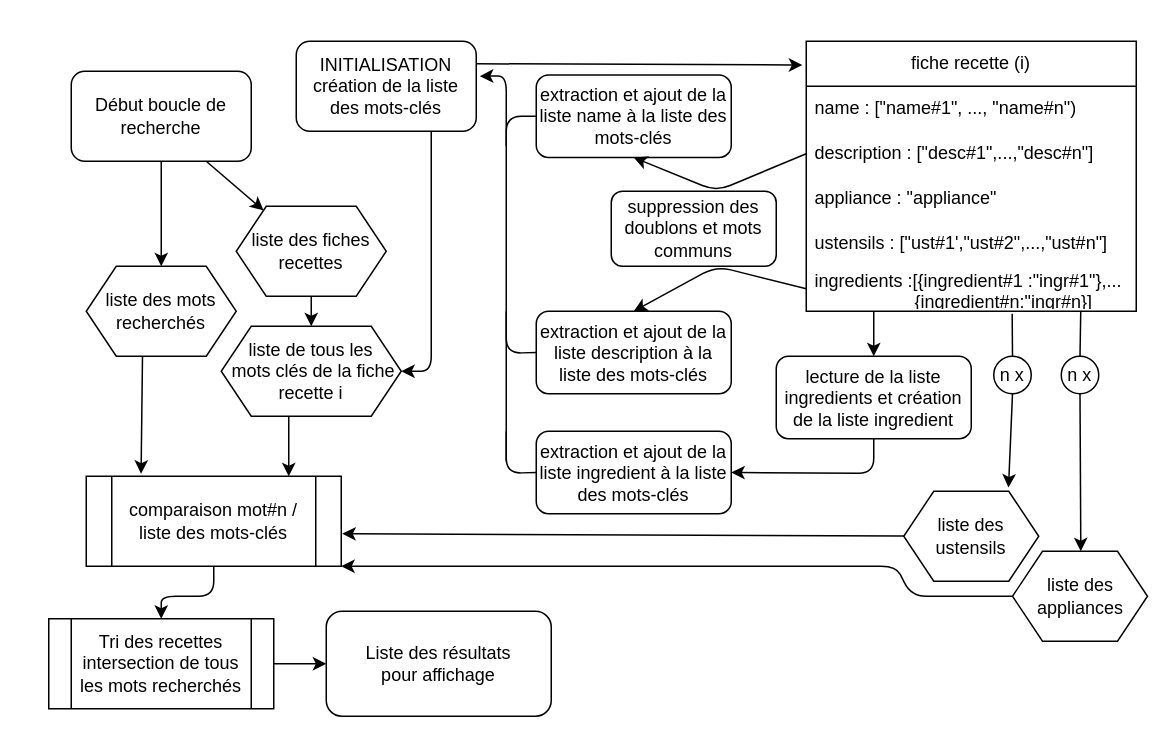
Before: bench_tests/algorithme_tri2.drawio in TangiLC/P7_PetitsPlats, a draw.io diagram. Source tidied: cells renumbered, new cells numbered last; positions are measured from the earlier drawing's top-left corner, leaving out a move shared by most shapes. Both pictures are drawn from the tidied source at 150%, with x=0, y=0 at pixel (48, 40).
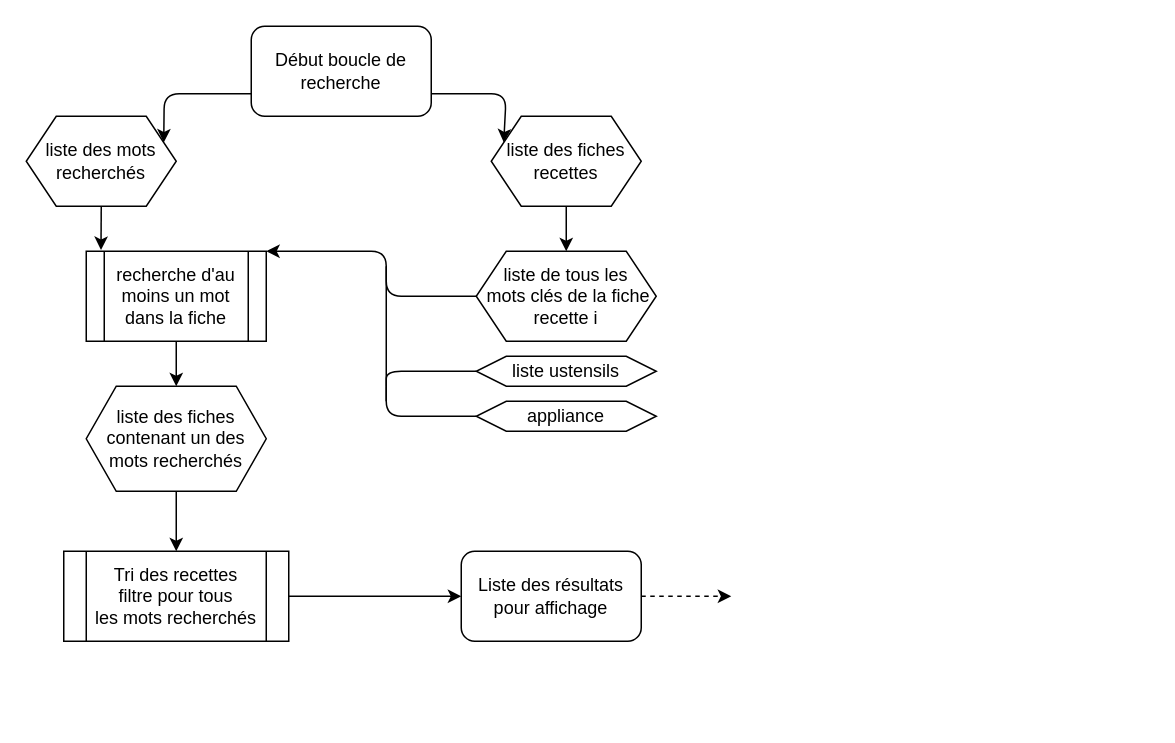
After the change.

Change to the diagram source:
```diff
@@
-    <mxCell id="2" style="edgeStyle=none;html=1;exitX=0.5;exitY=1;exitDx=0;exitDy=0;" parent="1" edge="1" source="3" target="16">
-      <mxGeometry relative="1" as="geometry" />
-    </mxCell>
+    <mxCell id="41" style="edgeStyle=none;html=1;entryX=1;entryY=0.25;entryDx=0;entryDy=0;exitX=0;exitY=0.75;exitDx=0;exitDy=0;" parent="1" edge="1" source="3" target="16">
+      <mxGeometry relative="1" as="geometry">
+        <Array as="points">
+          <mxPoint x="77" y="35" />
+        </Array>
+      </mxGeometry>
+    </mxCell>
+    <mxCell id="23" style="edgeStyle=none;html=1;exitX=1;exitY=0.75;exitDx=0;exitDy=0;entryX=0;entryY=0.25;entryDx=0;entryDy=0;" parent="1" edge="1" source="3" target="22">
+      <mxGeometry relative="1" as="geometry">
+        <Array as="points">
+          <mxPoint x="305" y="35" />
+        </Array>
+      </mxGeometry>
+    </mxCell>
     <mxCell id="3" value="Début boucle de recherche" style="rounded=1;whiteSpace=wrap;html=1;" parent="1" vertex="1">
-      <mxGeometry x="15" y="20" width="120" height="60" as="geometry" />
+      <mxGeometry x="135" y="-10" width="120" height="60" as="geometry" />
     </mxCell>
+    <mxCell id="44" style="edgeStyle=none;html=1;exitX=1;exitY=0.5;exitDx=0;exitDy=0;dashed=1;" parent="1" edge="1" source="4">
+      <mxGeometry relative="1" as="geometry">
+        <mxPoint x="455" y="370" as="targetPoint" />
+      </mxGeometry>
+    </mxCell>
     <mxCell id="4" value="Liste des résultats&lt;br&gt;pour affichage" style="rounded=1;whiteSpace=wrap;html=1;" parent="1" vertex="1">
-      <mxGeometry x="185" y="380" width="150" height="70" as="geometry" />
+      <mxGeometry x="275" y="340" width="120" height="60" as="geometry" />
     </mxCell>
-    <mxCell id="5" value="fiche recette (i)" style="swimlane;fontStyle=0;horizontal=1;startSize=30;whiteSpace=wrap;html=1;" parent="1" vertex="1">
-      <mxGeometry x="505" width="220" height="180" as="geometry" />
-    </mxCell>
-    <mxCell id="6" value="name : [&quot;name#1&quot;, ..., &quot;name#n&quot;)" style="text;strokeColor=none;fillColor=none;align=left;verticalAlign=middle;spacingLeft=4;spacingRight=4;overflow=hidden;whiteSpace=wrap;html=1;" parent="5" vertex="1">
-      <mxGeometry y="30" width="220" height="30" as="geometry" />
-    </mxCell>
-    <mxCell id="7" value="description : [&quot;desc#1&quot;,...,&quot;desc#n&quot;]" style="text;strokeColor=none;fillColor=none;align=left;verticalAlign=middle;spacingLeft=4;spacingRight=4;overflow=hidden;points=[[0,0.5],[1,0.5]];portConstraint=eastwest;whiteSpace=wrap;html=1;" parent="5" vertex="1">
-      <mxGeometry y="60" width="220" height="30" as="geometry" />
-    </mxCell>
-    <mxCell id="8" value="appliance : &quot;appliance&quot;" style="text;strokeColor=none;fillColor=none;align=left;verticalAlign=middle;spacingLeft=4;spacingRight=4;overflow=hidden;whiteSpace=wrap;html=1;" parent="5" vertex="1">
-      <mxGeometry y="90" width="220" height="30" as="geometry" />
-    </mxCell>
-    <mxCell id="9" value="ustensils : [&quot;ust#1',&quot;ust#2&quot;,...,&quot;ust#n&quot;]" style="text;strokeColor=none;fillColor=none;align=left;verticalAlign=middle;spacingLeft=4;spacingRight=4;overflow=hidden;whiteSpace=wrap;html=1;" parent="5" vertex="1">
-      <mxGeometry y="120" width="220" height="30" as="geometry" />
-    </mxCell>
-    <mxCell id="10" value="ingredients :[{ingredient#1 :&quot;ingr#1&quot;},...&lt;br&gt;&amp;nbsp; &amp;nbsp; &amp;nbsp; &amp;nbsp; &amp;nbsp; &amp;nbsp; &amp;nbsp; &amp;nbsp; &amp;nbsp; &amp;nbsp; {ingredient#n:&quot;ingr#n}]&lt;br&gt;" style="text;strokeColor=none;fillColor=none;align=left;verticalAlign=middle;spacingLeft=4;spacingRight=4;overflow=hidden;points=[[0,0.5],[1,0.5]];portConstraint=eastwest;whiteSpace=wrap;html=1;" parent="5" vertex="1">
-      <mxGeometry y="150" width="220" height="30" as="geometry" />
-    </mxCell>
-    <mxCell id="11" value="extraction et ajout de la liste name à la liste des mots-clés" style="rounded=1;whiteSpace=wrap;html=1;" parent="1" vertex="1">
-      <mxGeometry x="325" y="22.5" width="130" height="55" as="geometry" />
-    </mxCell>
-    <mxCell id="12" style="endArrow=none;html=1;entryX=0;entryY=0.5;entryDx=0;entryDy=0;" parent="1" edge="1" target="11">
-      <mxGeometry relative="1" as="geometry">
-        <mxPoint x="305" y="280" as="sourcePoint" />
-        <Array as="points">
-          <mxPoint x="305" y="270" />
-          <mxPoint x="305" y="180" />
-          <mxPoint x="305" y="50" />
-        </Array>
-      </mxGeometry>
-    </mxCell>
-    <mxCell id="13" style="endArrow=none;html=1;entryX=0;entryY=0.5;entryDx=0;entryDy=0;" parent="1" edge="1" target="30">
-      <mxGeometry relative="1" as="geometry">
-        <mxPoint x="305" y="180" as="sourcePoint" />
-        <Array as="points">
-          <mxPoint x="305" y="208" />
-        </Array>
-      </mxGeometry>
-    </mxCell>
     <mxCell id="14" value="liste de tous les&lt;br&gt;&amp;nbsp;mots clés de la fiche recette i" style="shape=hexagon;perimeter=hexagonPerimeter2;whiteSpace=wrap;html=1;fixedSize=1;" parent="1" vertex="1">
-      <mxGeometry x="115" y="190" width="120" height="60" as="geometry" />
+      <mxGeometry x="285" y="140" width="120" height="60" as="geometry" />
     </mxCell>
-    <mxCell id="15" style="edgeStyle=none;html=1;exitX=0.375;exitY=1;exitDx=0;exitDy=0;entryX=0.215;entryY=-0.028;entryDx=0;entryDy=0;entryPerimeter=0;" parent="1" edge="1" source="16" target="18">
+    <mxCell id="15" style="edgeStyle=none;html=1;exitX=0.5;exitY=1;exitDx=0;exitDy=0;entryX=0.082;entryY=-0.014;entryDx=0;entryDy=0;entryPerimeter=0;" parent="1" edge="1" source="16" target="18">
       <mxGeometry relative="1" as="geometry" />
     </mxCell>
     <mxCell id="16" value="liste des mots recherchés" style="shape=hexagon;perimeter=hexagonPerimeter2;whiteSpace=wrap;html=1;fixedSize=1;" parent="1" vertex="1">
-      <mxGeometry x="25" y="150" width="100" height="60" as="geometry" />
+      <mxGeometry x="-15" y="50" width="100" height="60" as="geometry" />
     </mxCell>
-    <mxCell id="17" style="edgeStyle=none;html=1;exitX=0.5;exitY=1;exitDx=0;exitDy=0;entryX=0.5;entryY=0;entryDx=0;entryDy=0;" parent="1" edge="1" source="18" target="20">
-      <mxGeometry relative="1" as="geometry">
-        <Array as="points">
-          <mxPoint x="110" y="370" />
-          <mxPoint x="75" y="370" />
-        </Array>
-      </mxGeometry>
-    </mxCell>
+    <mxCell id="46" style="edgeStyle=none;html=1;" parent="1" edge="1" source="18" target="45">
+      <mxGeometry relative="1" as="geometry" />
+    </mxCell>
-    <mxCell id="18" value="comparaison mot#n / liste des mots-clés" style="shape=process;whiteSpace=wrap;html=1;backgroundOutline=1;" parent="1" vertex="1">
-      <mxGeometry x="25" y="290" width="170" height="60" as="geometry" />
+    <mxCell id="18" value="recherche d'au moins un mot dans la fiche" style="shape=process;whiteSpace=wrap;html=1;backgroundOutline=1;" parent="1" vertex="1">
+      <mxGeometry x="25" y="140" width="120" height="60" as="geometry" />
     </mxCell>
+    <mxCell id="48" style="endArrow=classic;html=1;exitX=0;exitY=0.5;exitDx=0;exitDy=0;entryX=1;entryY=0;entryDx=0;entryDy=0;" parent="1" edge="1" source="14" target="18">
+      <mxGeometry relative="1" as="geometry">
+        <Array as="points">
+          <mxPoint x="225" y="170" />
+          <mxPoint x="225" y="140" />
+        </Array>
+      </mxGeometry>
+    </mxCell>
+    <mxCell id="34" style="edgeStyle=none;html=1;exitX=0.5;exitY=1;exitDx=0;exitDy=0;entryX=0.5;entryY=0;entryDx=0;entryDy=0;" parent="1" edge="1" source="45" target="20">
+      <mxGeometry relative="1" as="geometry" />
+    </mxCell>
@@
-    <mxCell id="20" value="Tri des recettes&lt;br&gt;intersection de tous les mots recherchés" style="shape=process;whiteSpace=wrap;html=1;backgroundOutline=1;" parent="1" vertex="1">
-      <mxGeometry y="385" width="150" height="60" as="geometry" />
+    <mxCell id="20" value="Tri des recettes&lt;br&gt;filtre pour tous &lt;br&gt;les mots recherchés" style="shape=process;whiteSpace=wrap;html=1;backgroundOutline=1;" parent="1" vertex="1">
+      <mxGeometry x="10" y="340" width="150" height="60" as="geometry" />
     </mxCell>
-    <mxCell id="21" style="edgeStyle=none;html=1;exitX=0.5;exitY=1;exitDx=0;exitDy=0;entryX=0.5;entryY=0;entryDx=0;entryDy=0;" parent="1" edge="1" source="22" target="14">
-      <mxGeometry relative="1" as="geometry" />
-    </mxCell>
+    <mxCell id="42" style="edgeStyle=none;html=1;" parent="1" edge="1" source="22">
+      <mxGeometry relative="1" as="geometry">
+        <mxPoint x="345" y="140" as="targetPoint" />
+      </mxGeometry>
+    </mxCell>
     <mxCell id="22" value="liste des fiches recettes" style="shape=hexagon;perimeter=hexagonPerimeter2;whiteSpace=wrap;html=1;fixedSize=1;" parent="1" vertex="1">
-      <mxGeometry x="125" y="110" width="100" height="60" as="geometry" />
+      <mxGeometry x="295" y="50" width="100" height="60" as="geometry" />
     </mxCell>
-    <mxCell id="23" style="endArrow=classic;html=1;exitX=0.75;exitY=1;exitDx=0;exitDy=0;" parent="1" edge="1" source="3" target="22">
-      <mxGeometry relative="1" as="geometry" />
-    </mxCell>
-    <mxCell id="24" style="endArrow=none;html=1;exitX=0;exitY=0.5;exitDx=0;exitDy=0;" parent="1" edge="1" source="35">
-      <mxGeometry relative="1" as="geometry">
-        <mxPoint x="305" y="260" as="targetPoint" />
-        <Array as="points">
-          <mxPoint x="305" y="288" />
-        </Array>
-      </mxGeometry>
-    </mxCell>
-    <mxCell id="25" style="edgeStyle=none;html=1;exitX=0.75;exitY=1;exitDx=0;exitDy=0;entryX=1;entryY=0.5;entryDx=0;entryDy=0;" parent="1" edge="1" source="27" target="14">
-      <mxGeometry relative="1" as="geometry">
-        <Array as="points">
-          <mxPoint x="255" y="220" />
-        </Array>
-      </mxGeometry>
+    <mxCell id="25" value="liste ustensils" style="shape=hexagon;perimeter=hexagonPerimeter2;whiteSpace=wrap;html=1;fixedSize=1;" parent="1" vertex="1">
+      <mxGeometry x="285" y="210" width="120" height="20" as="geometry" />
     </mxCell>
-    <mxCell id="26" style="edgeStyle=none;html=1;exitX=1;exitY=0.25;exitDx=0;exitDy=0;entryX=-0.012;entryY=0.088;entryDx=0;entryDy=0;entryPerimeter=0;" parent="1" edge="1" source="27" target="5">
-      <mxGeometry relative="1" as="geometry" />
-    </mxCell>
-    <mxCell id="27" value="INITIALISATION&lt;br&gt;création de la liste&lt;br&gt;des mots-clés" style="rounded=1;whiteSpace=wrap;html=1;" parent="1" vertex="1">
-      <mxGeometry x="165" width="120" height="60" as="geometry" />
-    </mxCell>
-    <mxCell id="28" style="endArrow=classic;html=1;entryX=1.02;entryY=0.389;entryDx=0;entryDy=0;entryPerimeter=0;" parent="1" edge="1" target="27">
-      <mxGeometry relative="1" as="geometry">
-        <mxPoint x="305" y="70" as="sourcePoint" />
-        <Array as="points">
-          <mxPoint x="305" y="23" />
-        </Array>
-      </mxGeometry>
-    </mxCell>
+    <mxCell id="49" value="appliance" style="shape=hexagon;perimeter=hexagonPerimeter2;whiteSpace=wrap;html=1;fixedSize=1;" parent="1" vertex="1">
+      <mxGeometry x="285" y="240" width="120" height="20" as="geometry" />
+    </mxCell>
+    <mxCell id="17" style="endArrow=none;html=1;entryX=0;entryY=0.5;entryDx=0;entryDy=0;" parent="1" edge="1" target="49">
+      <mxGeometry relative="1" as="geometry">
+        <mxPoint x="225" y="230" as="sourcePoint" />
+        <Array as="points">
+          <mxPoint x="225" y="250" />
+        </Array>
+      </mxGeometry>
+    </mxCell>
-    <mxCell id="29" style="endArrow=classic;html=1;exitX=0.375;exitY=1;exitDx=0;exitDy=0;" parent="1" edge="1" source="14">
+    <mxCell id="29" style="endArrow=none;html=1;entryX=0;entryY=0.5;entryDx=0;entryDy=0;" parent="1" edge="1" target="25">
       <mxGeometry relative="1" as="geometry">
-        <mxPoint x="160" y="290" as="targetPoint" />
+        <mxPoint x="225" y="230" as="sourcePoint" />
+        <Array as="points">
+          <mxPoint x="225" y="220" />
+        </Array>
       </mxGeometry>
     </mxCell>
-    <mxCell id="30" value="extraction et ajout de la liste description à la liste des mots-clés" style="rounded=1;whiteSpace=wrap;html=1;" parent="1" vertex="1">
-      <mxGeometry x="325" y="180" width="130" height="55" as="geometry" />
-    </mxCell>
-    <mxCell id="31" value="suppression des doublons et mots communs" style="rounded=1;whiteSpace=wrap;html=1;" parent="1" vertex="1">
-      <mxGeometry x="375" y="100" width="110" height="50" as="geometry" />
-    </mxCell>
-    <mxCell id="32" style="endArrow=classic;html=1;entryX=0.5;entryY=1;entryDx=0;entryDy=0;exitX=0;exitY=0.5;exitDx=0;exitDy=0;" parent="1" edge="1" source="7" target="11">
-      <mxGeometry relative="1" as="geometry">
-        <Array as="points">
-          <mxPoint x="445" y="100" />
-        </Array>
-      </mxGeometry>
-    </mxCell>
-    <mxCell id="33" style="endArrow=classic;html=1;entryX=0.5;entryY=0;entryDx=0;entryDy=0;exitX=0;exitY=0.5;exitDx=0;exitDy=0;" parent="1" edge="1" source="10" target="30">
-      <mxGeometry relative="1" as="geometry">
-        <Array as="points">
-          <mxPoint x="445" y="150" />
-        </Array>
-      </mxGeometry>
-    </mxCell>
-    <mxCell id="34" value="lecture de la liste ingredients et création de la liste ingredient" style="rounded=1;whiteSpace=wrap;html=1;" parent="1" vertex="1">
-      <mxGeometry x="485" y="210" width="130" height="55" as="geometry" />
-    </mxCell>
-    <mxCell id="35" value="extraction et ajout de la liste ingredient à la liste des mots-clés" style="rounded=1;whiteSpace=wrap;html=1;" parent="1" vertex="1">
-      <mxGeometry x="325" y="260" width="130" height="55" as="geometry" />
-    </mxCell>
-    <mxCell id="36" style="endArrow=classic;html=1;entryX=0.5;entryY=0;entryDx=0;entryDy=0;" parent="1" edge="1" target="34">
-      <mxGeometry relative="1" as="geometry">
-        <mxPoint x="550" y="180" as="sourcePoint" />
-      </mxGeometry>
-    </mxCell>
-    <mxCell id="37" style="endArrow=classic;html=1;entryX=1;entryY=0.5;entryDx=0;entryDy=0;exitX=0.5;exitY=1;exitDx=0;exitDy=0;" parent="1" edge="1" source="34" target="35">
-      <mxGeometry relative="1" as="geometry">
-        <Array as="points">
-          <mxPoint x="550" y="288" />
-        </Array>
-      </mxGeometry>
-    </mxCell>
-    <mxCell id="38" style="edgeStyle=none;html=1;exitX=0;exitY=0.5;exitDx=0;exitDy=0;entryX=1;entryY=1;entryDx=0;entryDy=0;" parent="1" edge="1" source="39" target="18">
-      <mxGeometry relative="1" as="geometry">
-        <Array as="points">
-          <mxPoint x="575" y="370" />
-          <mxPoint x="565" y="350" />
-        </Array>
-      </mxGeometry>
-    </mxCell>
-    <mxCell id="39" value="liste des&lt;br&gt;appliances" style="shape=hexagon;perimeter=hexagonPerimeter2;whiteSpace=wrap;html=1;fixedSize=1;" parent="1" vertex="1">
-      <mxGeometry x="642.5" y="340" width="90" height="60" as="geometry" />
-    </mxCell>
-    <mxCell id="40" style="edgeStyle=none;html=1;entryX=1.004;entryY=0.639;entryDx=0;entryDy=0;entryPerimeter=0;" parent="1" edge="1" source="41" target="18">
-      <mxGeometry relative="1" as="geometry" />
-    </mxCell>
-    <mxCell id="41" value="liste des&lt;br&gt;ustensils" style="shape=hexagon;perimeter=hexagonPerimeter2;whiteSpace=wrap;html=1;fixedSize=1;" parent="1" vertex="1">
-      <mxGeometry x="570" y="300" width="90" height="60" as="geometry" />
-    </mxCell>
-    <mxCell id="42" value="n x" style="ellipse;whiteSpace=wrap;html=1;" parent="1" vertex="1">
-      <mxGeometry x="675" y="210" width="25" height="25" as="geometry" />
-    </mxCell>
-    <mxCell id="43" value="n x" style="ellipse;whiteSpace=wrap;html=1;" parent="1" vertex="1">
-      <mxGeometry x="630" y="210" width="25" height="25" as="geometry" />
-    </mxCell>
-    <mxCell id="44" style="endArrow=none;html=1;exitX=0.5;exitY=0;exitDx=0;exitDy=0;" parent="1" edge="1" source="42">
-      <mxGeometry relative="1" as="geometry">
-        <mxPoint x="688" y="180" as="targetPoint" />
-      </mxGeometry>
-    </mxCell>
-    <mxCell id="45" style="endArrow=classic;html=1;exitX=0.5;exitY=1;exitDx=0;exitDy=0;entryX=0.506;entryY=0;entryDx=0;entryDy=0;entryPerimeter=0;" parent="1" edge="1" source="42" target="39">
-      <mxGeometry relative="1" as="geometry" />
+    <mxCell id="45" value="liste des fiches contenant un des mots recherchés" style="shape=hexagon;perimeter=hexagonPerimeter2;whiteSpace=wrap;html=1;fixedSize=1;" parent="1" vertex="1">
+      <mxGeometry x="25" y="230" width="120" height="70" as="geometry" />
     </mxCell>
-    <mxCell id="46" style="endArrow=none;html=1;entryX=0.5;entryY=0;entryDx=0;entryDy=0;exitX=0.624;exitY=1.056;exitDx=0;exitDy=0;exitPerimeter=0;" parent="1" edge="1" source="10" target="43">
-      <mxGeometry relative="1" as="geometry" />
-    </mxCell>
-    <mxCell id="47" style="endArrow=classic;html=1;entryX=0.776;entryY=-0.041;entryDx=0;entryDy=0;entryPerimeter=0;exitX=0.5;exitY=1;exitDx=0;exitDy=0;" parent="1" edge="1" source="43" target="41">
-      <mxGeometry relative="1" as="geometry" />
-    </mxCell>
+    <mxCell id="50" style="endArrow=none;html=1;" parent="1" edge="1">
+      <mxGeometry relative="1" as="geometry">
+        <mxPoint x="225" y="240" as="sourcePoint" />
+        <mxPoint x="225" y="150" as="targetPoint" />
+      </mxGeometry>
+    </mxCell>
```
